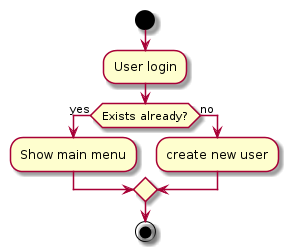
Before: img/registering.png, a diagram exported from PlantUML (mcvdenk/MasterThesis). Source of this version:
```plantuml
@startuml
start
:User login;
if (Exists already?) then (yes)
:Show main menu;
else (no)
:create new user;
endif
stop
@enduml
```
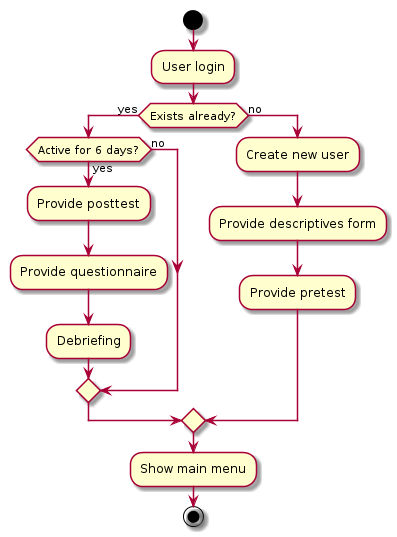
Above is the later version.

Commit message:
Added the login state diagram

Diff of the diagram source:
```diff
@@ -2,9 +2,17 @@
 start
 :User login;
 if (Exists already?) then (yes)
+if (Active for 6 days?) then (yes)
+:Provide posttest;
+:Provide questionnaire;
+:Debriefing;
+else (no)
+endif
+else (no)
+:Create new user;
+:Provide descriptives form;
+:Provide pretest;
+endif
 :Show main menu;
-else (no)
-:create new user;
-endif
 stop
 @enduml
```
